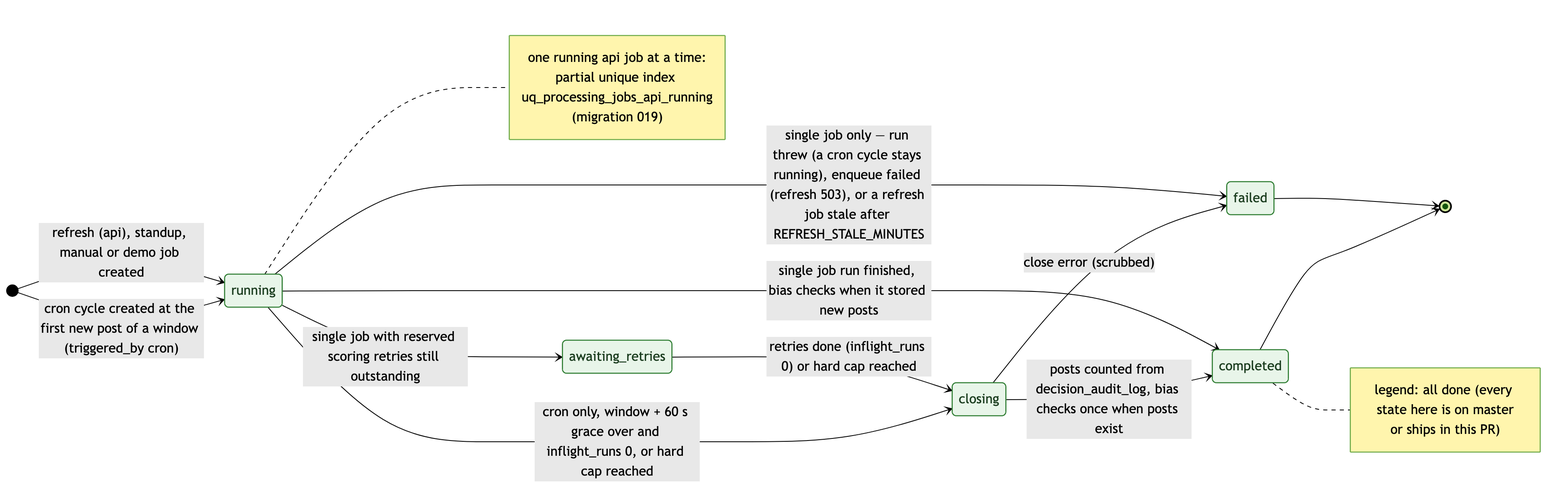
jennifer-mckinney/pulse-of-ai keeps this Mermaid diagram as docs/diagrams/states/processing-job-lifecycle.png. Above is the earlier version. Its source is kept beside it as docs/diagrams/states/processing-job-lifecycle.mmd.
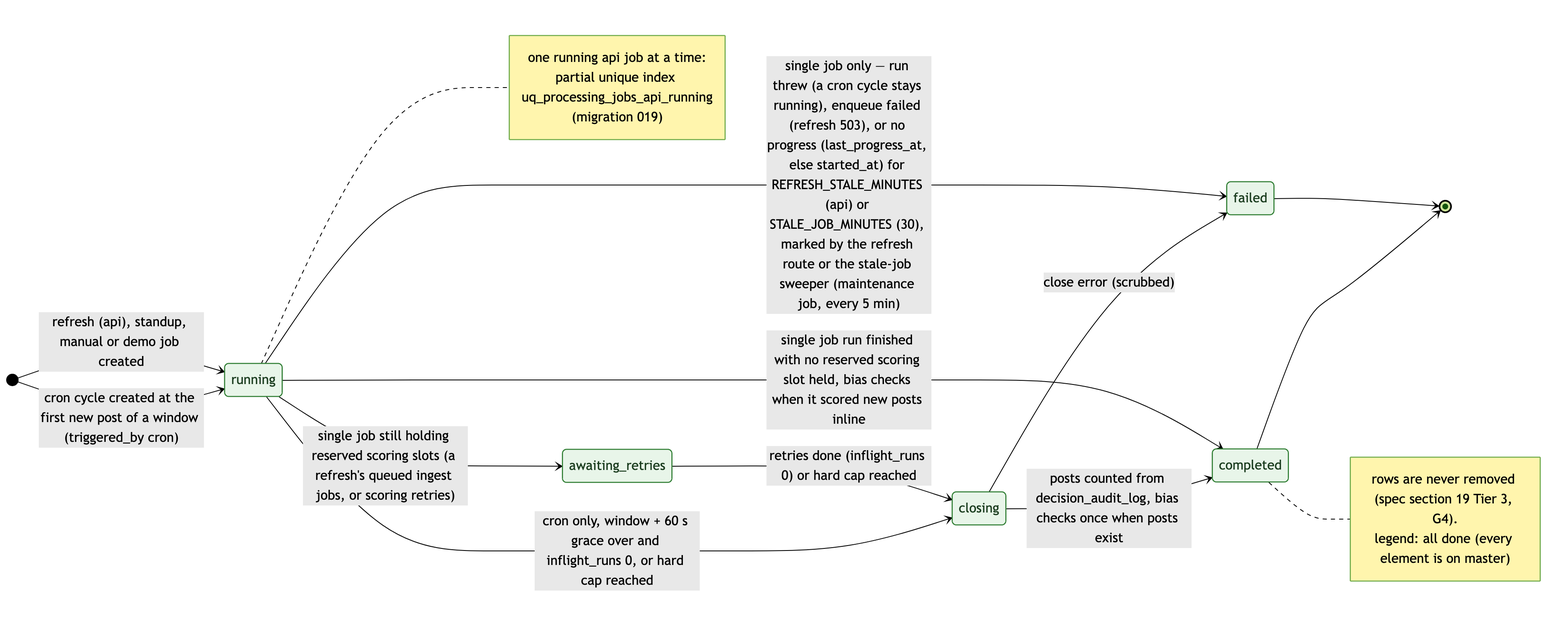
Above is the later version.

Change to the diagram source:
```diff
@@ -14,10 +14,10 @@
   closing --> completed : posts counted from decision_audit_log, bias checks once when posts exist
   closing --> failed : close error (scrubbed)
 
-  running --> completed : single job run finished, bias checks when it stored new posts
-  running --> awaiting : single job with reserved scoring retries still outstanding
+  running --> completed : single job run finished with no reserved scoring slot held, bias checks when it scored new posts inline
+  running --> awaiting : single job still holding reserved scoring slots (a refresh's queued ingest jobs, or scoring retries)
   awaiting --> closing : retries done (inflight_runs 0) or hard cap reached
-  running --> failed : single job only — run threw (a cron cycle stays running), enqueue failed (refresh 503), or a refresh job stale after REFRESH_STALE_MINUTES
+  running --> failed : single job only — run threw (a cron cycle stays running), enqueue failed (refresh 503), or no progress (last_progress_at, else started_at) for REFRESH_STALE_MINUTES (api) or STALE_JOB_MINUTES (30), marked by the refresh route or the stale-job sweeper (maintenance job, every 5 min)
 
   completed --> [*]
   failed --> [*]
@@ -29,8 +29,8 @@
   end note
 
   note right of completed
-    legend: all done (every state here is on master
-    or ships in this PR)
+    rows are never removed (spec section 19 Tier 3, G4).
+    legend: all done (every element is on master)
   end note
 
   classDef done fill:#e8f5e9,stroke:#2e7d32,color:#1b3d1f
```
